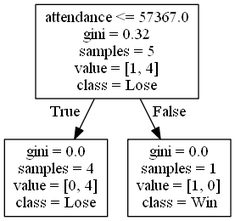
alexana-steck/CSE482Project keeps this Graphviz diagram as DecisionTrees/Pac-12decision_tree_no_score16.png. Above is the earlier version. Its source is kept beside it as DecisionTrees/Pac-12decision_tree_no_score16.dot.
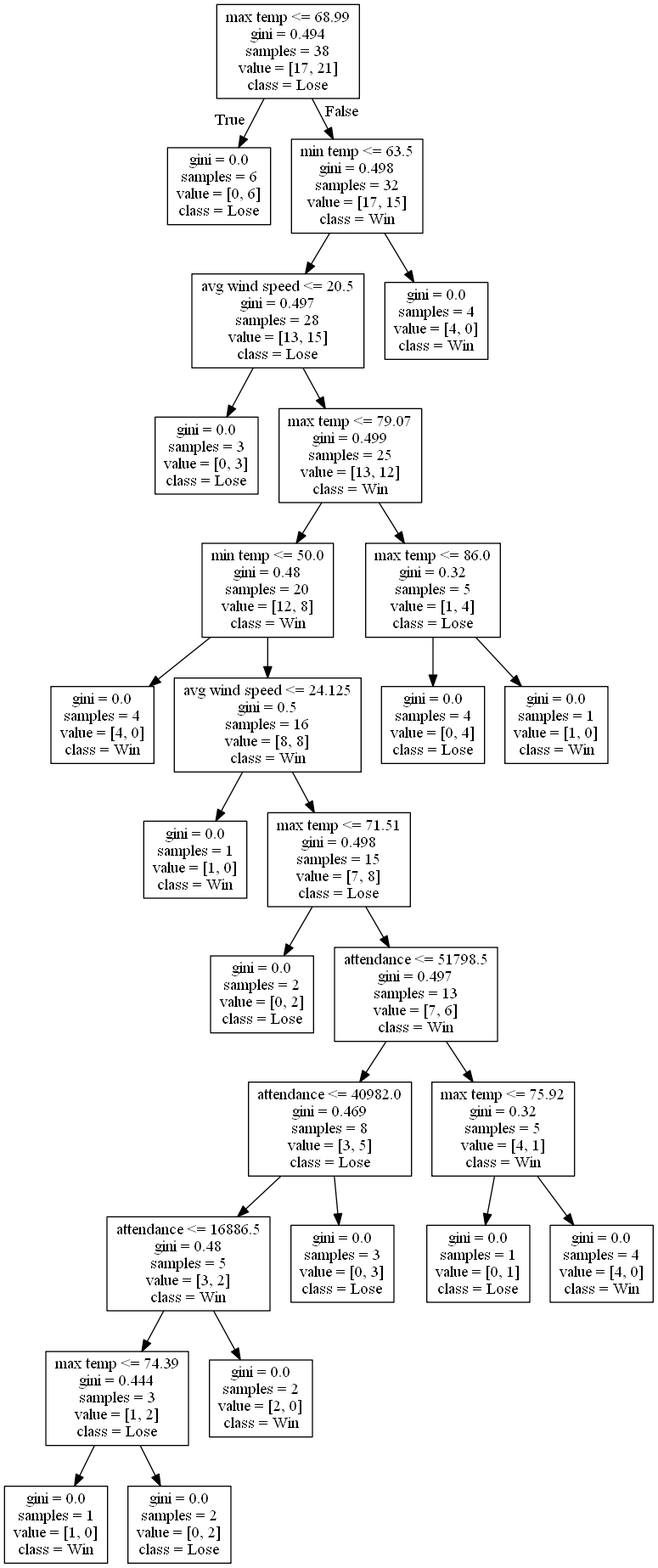
Later version of the same file.

What changed in the source:
```diff
@@ -1,8 +1,56 @@
 digraph Tree {
 node [shape=box] ;
-0 [label="attendance <= 57367.0\ngini = 0.32\nsamples = 5\nvalue = [1, 4]\nclass = Lose"] ;
-1 [label="gini = 0.0\nsamples = 4\nvalue = [0, 4]\nclass = Lose"] ;
+0 [label="max temp <= 68.99\ngini = 0.494\nsamples = 38\nvalue = [17, 21]\nclass = Lose"] ;
+1 [label="gini = 0.0\nsamples = 6\nvalue = [0, 6]\nclass = Lose"] ;
 0 -> 1 [labeldistance=2.5, labelangle=45, headlabel="True"] ;
-2 [label="gini = 0.0\nsamples = 1\nvalue = [1, 0]\nclass = Win"] ;
+2 [label="min temp <= 63.5\ngini = 0.498\nsamples = 32\nvalue = [17, 15]\nclass = Win"] ;
 0 -> 2 [labeldistance=2.5, labelangle=-45, headlabel="False"] ;
+3 [label="avg wind speed <= 20.5\ngini = 0.497\nsamples = 28\nvalue = [13, 15]\nclass = Lose"] ;
+2 -> 3 ;
+4 [label="gini = 0.0\nsamples = 3\nvalue = [0, 3]\nclass = Lose"] ;
+3 -> 4 ;
+5 [label="max temp <= 79.07\ngini = 0.499\nsamples = 25\nvalue = [13, 12]\nclass = Win"] ;
+3 -> 5 ;
+6 [label="min temp <= 50.0\ngini = 0.48\nsamples = 20\nvalue = [12, 8]\nclass = Win"] ;
+5 -> 6 ;
+7 [label="gini = 0.0\nsamples = 4\nvalue = [4, 0]\nclass = Win"] ;
+6 -> 7 ;
+8 [label="avg wind speed <= 24.125\ngini = 0.5\nsamples = 16\nvalue = [8, 8]\nclass = Win"] ;
+6 -> 8 ;
+9 [label="gini = 0.0\nsamples = 1\nvalue = [1, 0]\nclass = Win"] ;
+8 -> 9 ;
+10 [label="max temp <= 71.51\ngini = 0.498\nsamples = 15\nvalue = [7, 8]\nclass = Lose"] ;
+8 -> 10 ;
+11 [label="gini = 0.0\nsamples = 2\nvalue = [0, 2]\nclass = Lose"] ;
+10 -> 11 ;
+12 [label="attendance <= 51798.5\ngini = 0.497\nsamples = 13\nvalue = [7, 6]\nclass = Win"] ;
+10 -> 12 ;
+13 [label="attendance <= 40982.0\ngini = 0.469\nsamples = 8\nvalue = [3, 5]\nclass = Lose"] ;
+12 -> 13 ;
+14 [label="attendance <= 16886.5\ngini = 0.48\nsamples = 5\nvalue = [3, 2]\nclass = Win"] ;
+13 -> 14 ;
+15 [label="max temp <= 74.39\ngini = 0.444\nsamples = 3\nvalue = [1, 2]\nclass = Lose"] ;
+14 -> 15 ;
+16 [label="gini = 0.0\nsamples = 1\nvalue = [1, 0]\nclass = Win"] ;
+15 -> 16 ;
+17 [label="gini = 0.0\nsamples = 2\nvalue = [0, 2]\nclass = Lose"] ;
+15 -> 17 ;
+18 [label="gini = 0.0\nsamples = 2\nvalue = [2, 0]\nclass = Win"] ;
+14 -> 18 ;
+19 [label="gini = 0.0\nsamples = 3\nvalue = [0, 3]\nclass = Lose"] ;
+13 -> 19 ;
+20 [label="max temp <= 75.92\ngini = 0.32\nsamples = 5\nvalue = [4, 1]\nclass = Win"] ;
+12 -> 20 ;
+21 [label="gini = 0.0\nsamples = 1\nvalue = [0, 1]\nclass = Lose"] ;
+20 -> 21 ;
+22 [label="gini = 0.0\nsamples = 4\nvalue = [4, 0]\nclass = Win"] ;
+20 -> 22 ;
+23 [label="max temp <= 86.0\ngini = 0.32\nsamples = 5\nvalue = [1, 4]\nclass = Lose"] ;
+5 -> 23 ;
+24 [label="gini = 0.0\nsamples = 4\nvalue = [0, 4]\nclass = Lose"] ;
+23 -> 24 ;
+25 [label="gini = 0.0\nsamples = 1\nvalue = [1, 0]\nclass = Win"] ;
+23 -> 25 ;
+26 [label="gini = 0.0\nsamples = 4\nvalue = [4, 0]\nclass = Win"] ;
+2 -> 26 ;
 }
```
